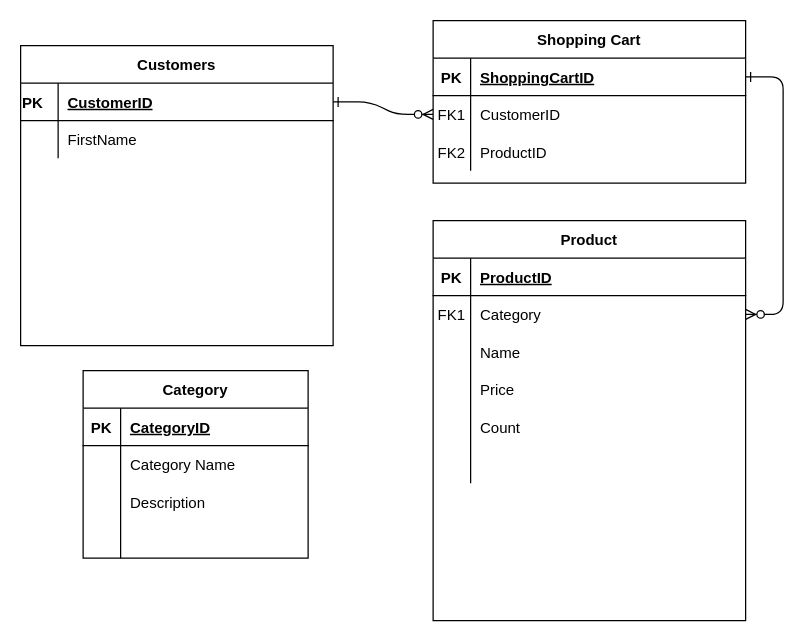
NotNanetteKaye/EntityDiagram keeps this draw.io diagram as Untitled Diagram.drawio. Above is the earlier version. Source tidied: cells renumbered, new cells numbered last; positions are measured from the earlier drawing's top-left corner, leaving out a move shared by most shapes. Both pictures are drawn from the tidied source at 125%, with x=0, y=0 at pixel (20, 20).
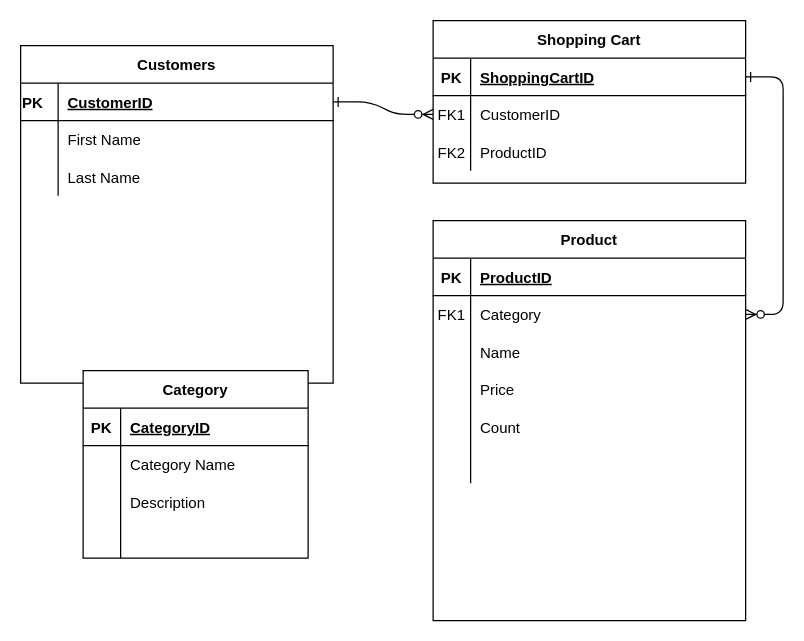
The same page after the edit.

Commit message:
added Customer Table

Unchanged cells that the change refers to:
```xml
<mxCell id="37" style="shape=partialRectangle;fillColor=none;top=0;left=0;right=0;bottom=0;" parent="33" vertex="1">
  <mxGeometry y="60" width="250" height="30" as="geometry" />
</mxCell>
```

Diff of the diagram source:
```diff
@@
     <mxCell id="33" value="Customers" style="shape=table;startSize=30;childLayout=tableLayout;rowLines=0;fontStyle=1;align=center;" parent="1" vertex="1">
-      <mxGeometry y="20" width="250" height="240" as="geometry" />
+      <mxGeometry y="20" width="250" height="270" as="geometry" />
     </mxCell>
@@
-    <mxCell id="39" value="FirstName" style="shape=partialRectangle;overflow=hidden;fillColor=none;top=0;left=0;bottom=0;right=0;align=left;spacingLeft=6;" parent="37" vertex="1">
+    <mxCell id="39" value="First Name" style="shape=partialRectangle;overflow=hidden;fillColor=none;top=0;left=0;bottom=0;right=0;align=left;spacingLeft=6;" parent="37" vertex="1">
       <mxGeometry x="30" width="220" height="30" as="geometry" />
     </mxCell>
+    <mxCell id="55" style="shape=partialRectangle;fillColor=none;top=0;left=0;right=0;bottom=0;" parent="33" vertex="1">
+      <mxGeometry y="90" width="250" height="30" as="geometry" />
+    </mxCell>
+    <mxCell id="56" style="shape=partialRectangle;overflow=hidden;fillColor=none;top=0;left=0;bottom=0;right=0;" parent="55" vertex="1">
+      <mxGeometry width="30" height="30" as="geometry" />
+    </mxCell>
+    <mxCell id="57" value="Last Name" style="shape=partialRectangle;overflow=hidden;fillColor=none;top=0;left=0;bottom=0;right=0;align=left;spacingLeft=6;" parent="55" vertex="1">
+      <mxGeometry x="30" width="220" height="30" as="geometry" />
+    </mxCell>
```
